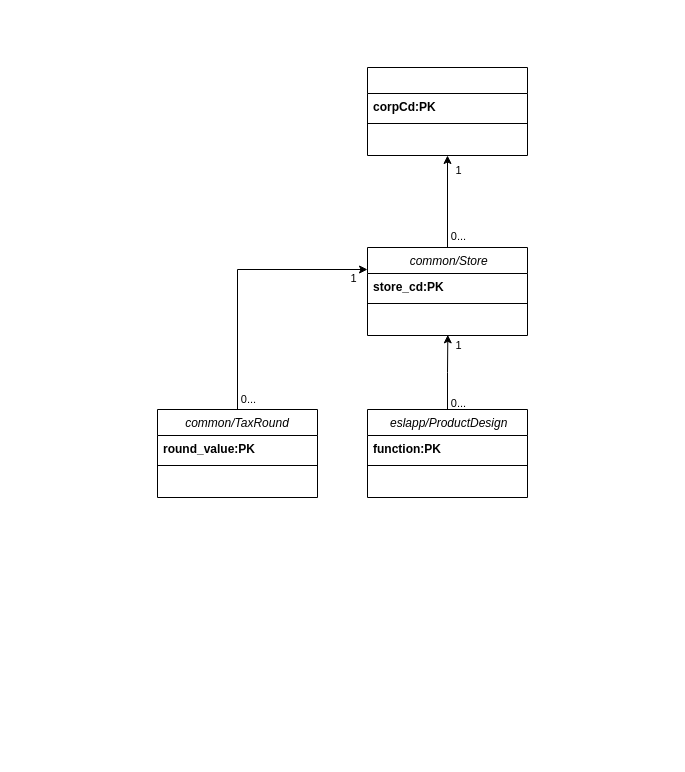
Before: 2025-10_tagEL_DB_ClassDiagram_v1.drawio in 204139/tagEL-architechure, a draw.io diagram. Source tidied: cells renumbered, new cells numbered last; positions are measured from the earlier drawing's top-left corner, leaving out a move shared by most shapes. Both pictures are drawn from the tidied source at 100%, with x=0, y=0 at pixel (157, 67).
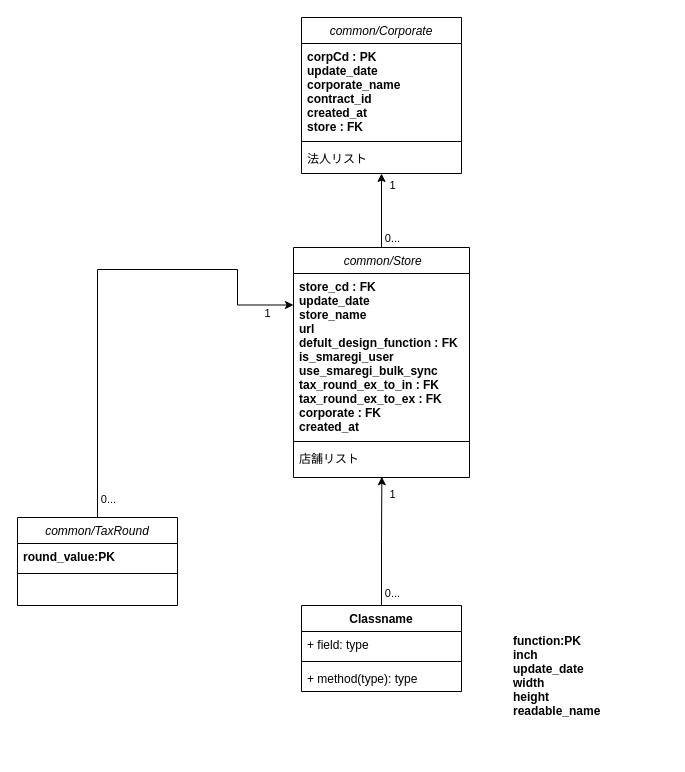
Above is the later version.

Commit message:
20251021クラス図途中

Diff of the diagram source:
```diff
@@
-    <mxCell id="2" style="swimlane;fontStyle=2;align=center;verticalAlign=top;horizontal=1;startSize=26;rounded=0;shadow=0;strokeWidth=1;" parent="1" vertex="1">
-      <mxGeometry x="210" width="160" height="88" as="geometry" />
+    <mxCell id="2" value="common/Corporate" style="swimlane;fontStyle=2;align=center;verticalAlign=top;horizontal=1;startSize=26;rounded=0;shadow=0;strokeWidth=1;" parent="1" vertex="1">
+      <mxGeometry x="144" y="-50" width="160" height="156" as="geometry" />
     </mxCell>
-    <mxCell id="3" value="corpCd:PK" style="text;align=left;verticalAlign=top;spacingLeft=4;spacingRight=4;overflow=hidden;fontStyle=1;" parent="2" vertex="1">
-      <mxGeometry y="26" width="160" height="26" as="geometry" />
+    <mxCell id="3" value="corpCd : PK&#10;update_date&#10;corporate_name&#10;contract_id&#10;created_at&#10;store : FK" style="text;align=left;verticalAlign=top;spacingLeft=4;spacingRight=4;overflow=hidden;fontStyle=1;" parent="2" vertex="1">
+      <mxGeometry y="26" width="160" height="94" as="geometry" />
     </mxCell>
     <mxCell id="4" style="line;html=1;strokeWidth=1;align=left;verticalAlign=middle;spacingTop=-1;spacingLeft=3;spacingRight=3;labelPosition=right;" parent="2" vertex="1">
-      <mxGeometry y="52" width="160" height="8" as="geometry" />
+      <mxGeometry y="120" width="160" height="8" as="geometry" />
     </mxCell>
-    <mxCell id="5" value=" &#10;" style="text;align=left;verticalAlign=top;spacingLeft=4;spacingRight=4;overflow=hidden;" parent="2" vertex="1">
-      <mxGeometry y="60" width="160" height="28" as="geometry" />
+    <mxCell id="5" value="法人リスト&#10;" style="text;align=left;verticalAlign=top;spacingLeft=4;spacingRight=4;overflow=hidden;" parent="2" vertex="1">
+      <mxGeometry y="128" width="160" height="28" as="geometry" />
     </mxCell>
@@
     <mxCell id="9" value=" common/Store" style="swimlane;fontStyle=2;align=center;verticalAlign=top;horizontal=1;startSize=26;rounded=0;shadow=0;strokeWidth=1;" parent="1" vertex="1">
-      <mxGeometry x="210" y="180" width="160" height="88" as="geometry" />
+      <mxGeometry x="136" y="180" width="176" height="230" as="geometry" />
     </mxCell>
-    <mxCell id="10" value="store_cd:PK" style="text;align=left;verticalAlign=top;spacingLeft=4;spacingRight=4;overflow=hidden;fontStyle=1;" parent="9" vertex="1">
-      <mxGeometry y="26" width="160" height="26" as="geometry" />
+    <mxCell id="10" value="store_cd : FK&#10;update_date&#10;store_name&#10;url&#10;defult_design_function : FK&#10;is_smaregi_user&#10;use_smaregi_bulk_sync&#10;tax_round_ex_to_in : FK&#10;tax_round_ex_to_ex : FK&#10;corporate : FK&#10;created_at" style="text;align=left;verticalAlign=top;spacingLeft=4;spacingRight=4;overflow=hidden;fontStyle=1;" parent="9" vertex="1">
+      <mxGeometry y="26" width="176" height="164" as="geometry" />
     </mxCell>
     <mxCell id="11" style="line;html=1;strokeWidth=1;align=left;verticalAlign=middle;spacingTop=-1;spacingLeft=3;spacingRight=3;labelPosition=right;" parent="9" vertex="1">
-      <mxGeometry y="52" width="160" height="8" as="geometry" />
+      <mxGeometry y="190" width="176" height="8" as="geometry" />
     </mxCell>
-    <mxCell id="12" value=" &#10;" style="text;align=left;verticalAlign=top;spacingLeft=4;spacingRight=4;overflow=hidden;points=[[0,0.5],[1,0.5]];portConstraint=eastwest;" parent="9" vertex="1">
-      <mxGeometry y="60" width="160" height="28" as="geometry" />
+    <mxCell id="12" value="店舗リスト" style="text;align=left;verticalAlign=top;spacingLeft=4;spacingRight=4;overflow=hidden;points=[[0,0.5],[1,0.5]];portConstraint=eastwest;" parent="9" vertex="1">
+      <mxGeometry y="198" width="176" height="32" as="geometry" />
     </mxCell>
-    <mxCell id="13" style="edgeStyle=orthogonalEdgeStyle;rounded=0;jettySize=auto;html=1;entryX=0.502;entryY=0.977;entryDx=0;entryDy=0;entryPerimeter=0;" parent="1" edge="1" source="16" target="12">
+    <mxCell id="13" style="edgeStyle=orthogonalEdgeStyle;rounded=0;jettySize=auto;html=1;entryX=0.502;entryY=0.977;entryDx=0;entryDy=0;entryPerimeter=0;exitX=0.5;exitY=0;exitDx=0;exitDy=0;" parent="1" edge="1" source="27" target="12">
       <mxGeometry relative="1" as="geometry" />
     </mxCell>
@@
-    <mxCell id="16" value=" eslapp/ProductDesign" style="swimlane;fontStyle=2;align=center;verticalAlign=top;horizontal=1;startSize=26;rounded=0;shadow=0;strokeWidth=1;" parent="1" vertex="1">
-      <mxGeometry x="210" y="342" width="160" height="88" as="geometry" />
-    </mxCell>
-    <mxCell id="17" value="function:PK" style="text;align=left;verticalAlign=top;spacingLeft=4;spacingRight=4;overflow=hidden;fontStyle=1;" parent="16" vertex="1">
-      <mxGeometry y="26" width="160" height="26" as="geometry" />
-    </mxCell>
-    <mxCell id="18" style="line;html=1;strokeWidth=1;align=left;verticalAlign=middle;spacingTop=-1;spacingLeft=3;spacingRight=3;labelPosition=right;" parent="16" vertex="1">
-      <mxGeometry y="52" width="160" height="8" as="geometry" />
-    </mxCell>
-    <mxCell id="19" value=" &#10;" style="text;align=left;verticalAlign=top;spacingLeft=4;spacingRight=4;overflow=hidden;" parent="16" vertex="1">
-      <mxGeometry y="60" width="160" height="28" as="geometry" />
-    </mxCell>
@@
     <mxCell id="23" value="common/TaxRound" style="swimlane;fontStyle=2;align=center;verticalAlign=top;horizontal=1;startSize=26;rounded=0;shadow=0;strokeWidth=1;" parent="1" vertex="1">
-      <mxGeometry y="342" width="160" height="88" as="geometry" />
+      <mxGeometry x="-140" y="450" width="160" height="88" as="geometry" />
     </mxCell>
@@
+    <mxCell id="17" value="function:PK&#10;inch&#10;update_date&#10;width&#10;height&#10;readable_name" style="text;align=left;verticalAlign=top;spacingLeft=4;spacingRight=4;overflow=hidden;fontStyle=1;" parent="1" vertex="1">
+      <mxGeometry x="350" y="560" width="160" height="124" as="geometry" />
+    </mxCell>
+    <mxCell id="27" value="Classname" style="swimlane;fontStyle=1;align=center;verticalAlign=top;horizontal=1;startSize=26;whiteSpace=wrap;html=1;" parent="1" vertex="1">
+      <mxGeometry x="144" y="538" width="160" height="86" as="geometry" />
+    </mxCell>
+    <mxCell id="28" value="+ field: type" style="text;strokeColor=none;fillColor=none;align=left;verticalAlign=top;spacingLeft=4;spacingRight=4;overflow=hidden;whiteSpace=wrap;html=1;" parent="27" vertex="1">
+      <mxGeometry y="26" width="160" height="26" as="geometry" />
+    </mxCell>
+    <mxCell id="29" style="line;strokeWidth=1;fillColor=none;align=left;verticalAlign=middle;spacingTop=-1;spacingLeft=3;spacingRight=3;labelPosition=right;strokeColor=inherit;" parent="27" vertex="1">
+      <mxGeometry y="52" width="160" height="8" as="geometry" />
+    </mxCell>
+    <mxCell id="30" value="+ method(type): type" style="text;strokeColor=none;fillColor=none;align=left;verticalAlign=top;spacingLeft=4;spacingRight=4;overflow=hidden;whiteSpace=wrap;html=1;" parent="27" vertex="1">
+      <mxGeometry y="60" width="160" height="26" as="geometry" />
+    </mxCell>
```
